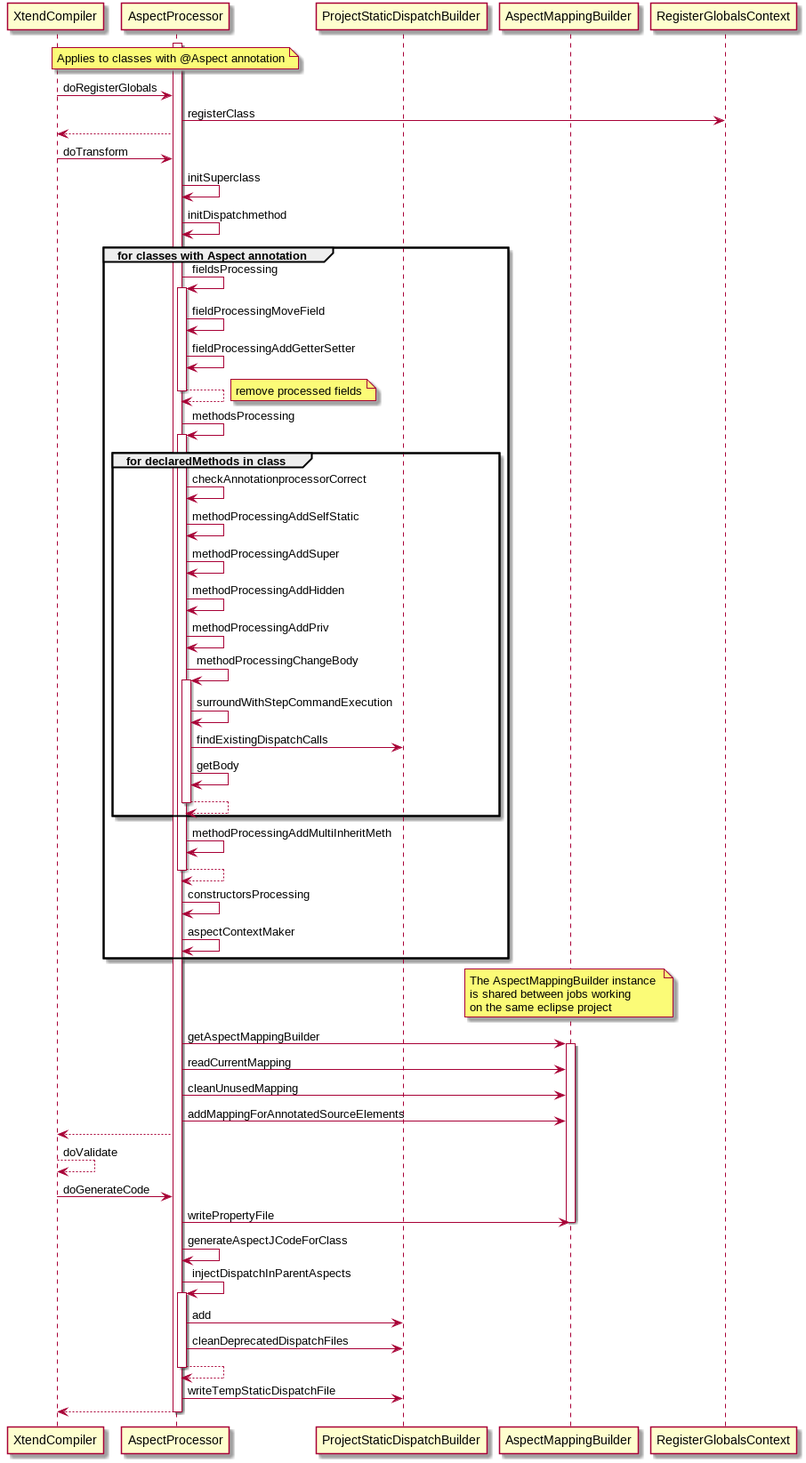
diverse-project/k3 keeps this PlantUML diagram as k3.eclipse/fr.inria.diverse.k3.al.annotationprocessor.plugin/src/fr/inria/diverse/k3/al/annotationprocessor/doc-files/AspectProcessor_SD.png. Above is the earlier version.
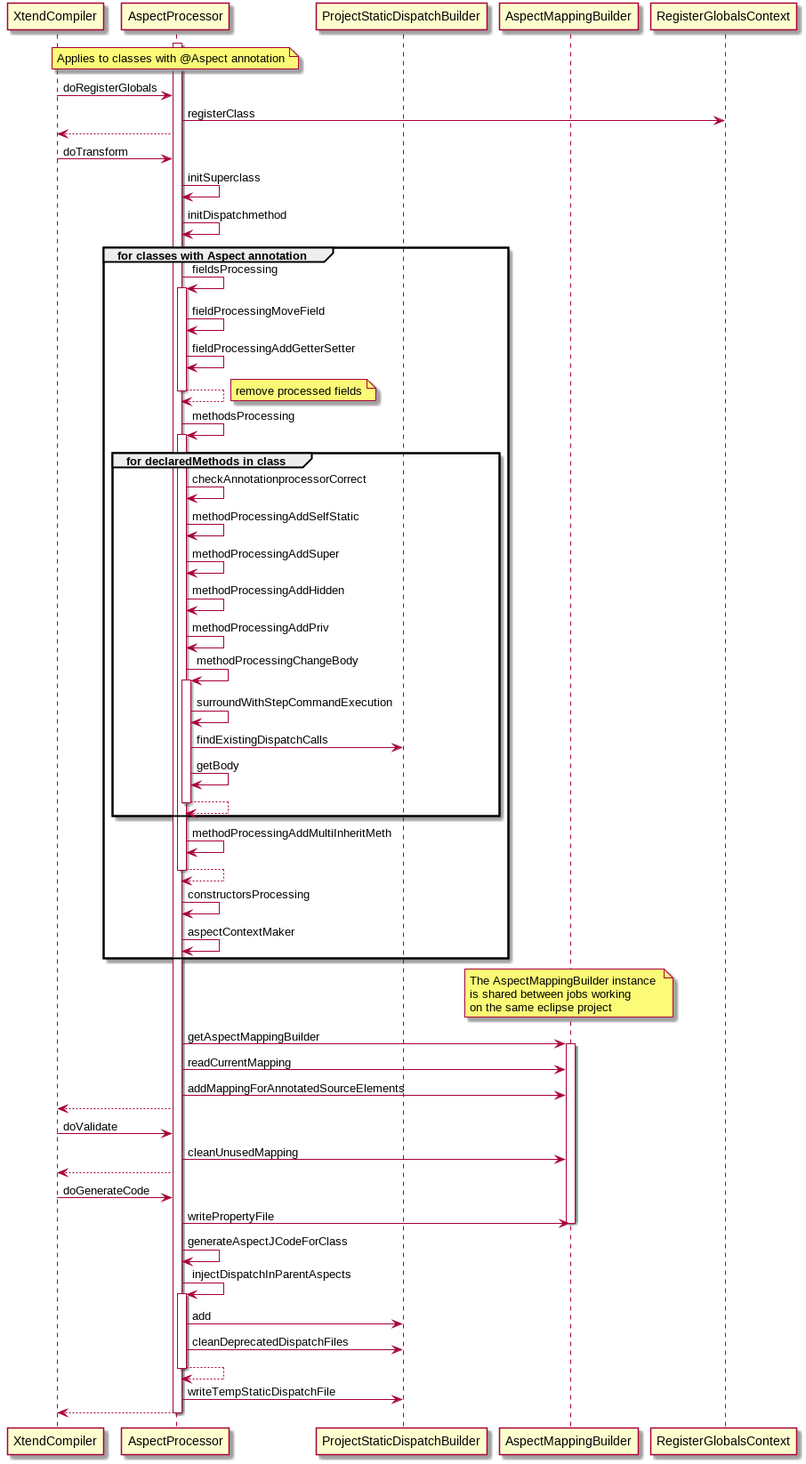
The same diagram one commit later.

Diff of the diagram source:
```diff
@@ -60,11 +60,12 @@
 Processor -> AspectMappingBuilder: getAspectMappingBuilder
 activate AspectMappingBuilder
 Processor -> AspectMappingBuilder: readCurrentMapping
-Processor -> AspectMappingBuilder: cleanUnusedMapping
 Processor -> AspectMappingBuilder: addMappingForAnnotatedSourceElements
 XtendCompiler <-- Processor
 
-XtendCompiler --> XtendCompiler: doValidate
+XtendCompiler -> Processor: doValidate
+Processor -> AspectMappingBuilder: cleanUnusedMapping
+XtendCompiler <-- Processor
 
 XtendCompiler -> Processor: doGenerateCode
 Processor -> AspectMappingBuilder: writePropertyFile
```
